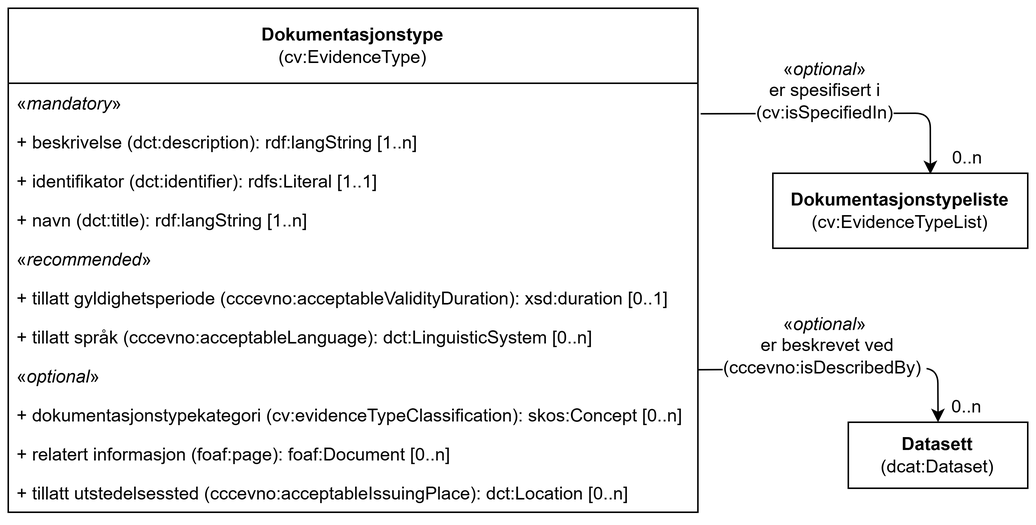
Earlier version of the draw.io export docs/images/KlassenDokumentasjonstype.png (Informasjonsforvaltning/cccev-ap-no). Source tidied: cells renumbered, new cells last; positions are measured from the earlier drawing's top-left corner, leaving out a move shared by most shapes.
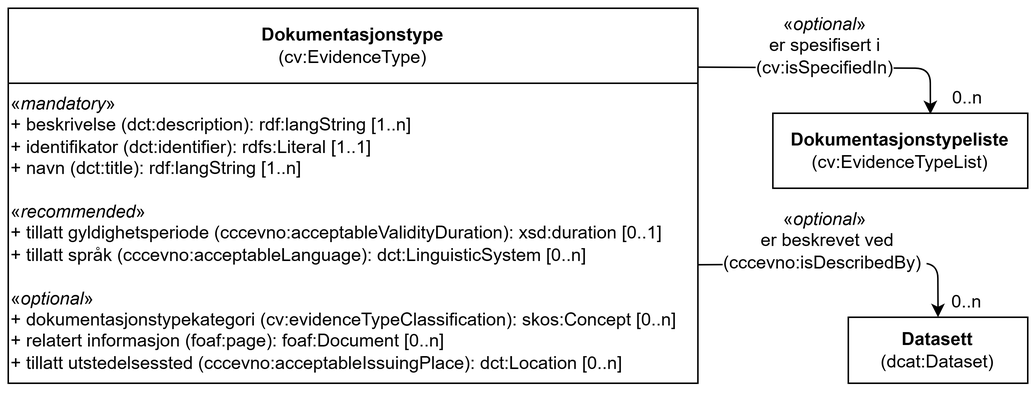
After the change.

What changed in the source:
```diff
@@ -3,73 +3,43 @@
     <mxCell id="0" />
     <mxCell id="1" parent="0" />
     <mxCell id="2" value="&lt;b&gt;Dokumentasjonstypeliste&lt;/b&gt;&lt;br&gt;(cv:EvidenceTypeList)" style="rounded=0;whiteSpace=wrap;html=1;fillColor=none;strokeColor=#000000;verticalAlign=middle;" parent="1" vertex="1">
-      <mxGeometry x="510" y="110" width="170" height="50" as="geometry" />
+      <mxGeometry x="510" y="70" width="170" height="50" as="geometry" />
     </mxCell>
-    <mxCell id="3" style="endArrow=classic;html=1;rounded=1;exitX=1.004;exitY=0.782;exitDx=0;exitDy=0;entryX=0.618;entryY=0.013;entryDx=0;entryDy=0;entryPerimeter=0;exitPerimeter=0;" parent="1" edge="1" source="7" target="2">
+    <mxCell id="3" style="endArrow=classic;html=1;rounded=1;exitX=0.999;exitY=0.157;exitDx=0;exitDy=0;entryX=0.618;entryY=0.013;entryDx=0;entryDy=0;entryPerimeter=0;exitPerimeter=0;" parent="1" edge="1" source="6" target="2">
       <mxGeometry relative="1" as="geometry">
         <Array as="points">
-          <mxPoint x="615" y="70" />
+          <mxPoint x="615" y="40" />
         </Array>
       </mxGeometry>
     </mxCell>
     <mxCell id="4" value="&lt;span style=&quot;background-color: rgb(255, 255, 255);&quot;&gt;«&lt;i style=&quot;&quot;&gt;optional&lt;/i&gt;»&lt;br&gt;&lt;span style=&quot;text-align: left;&quot;&gt;er spesifisert i (cv:isSpecifiedIn)&lt;/span&gt;&lt;/span&gt;" style="text;html=1;strokeColor=none;fillColor=none;align=center;verticalAlign=middle;whiteSpace=wrap;rounded=0;" parent="1" vertex="1">
-      <mxGeometry x="490" y="30" width="110" height="50" as="geometry" />
+      <mxGeometry x="490" width="110" height="50" as="geometry" />
     </mxCell>
     <mxCell id="5" value="0..n" style="text;html=1;strokeColor=none;fillColor=none;align=center;verticalAlign=middle;whiteSpace=wrap;rounded=0;labelBackgroundColor=#FFFFFF;" parent="1" vertex="1">
-      <mxGeometry x="620" y="90" width="40" height="20" as="geometry" />
+      <mxGeometry x="620" y="50" width="40" height="20" as="geometry" />
     </mxCell>
     <mxCell id="6" value="&lt;b style=&quot;border-color: var(--border-color);&quot;&gt;Dokumentasjonstype&lt;/b&gt;&lt;br style=&quot;border-color: var(--border-color);&quot;&gt;(cv:EvidenceType)" style="swimlane;fontStyle=0;horizontal=1;startSize=50;fillColor=none;whiteSpace=wrap;html=1;" parent="1" vertex="1">
-      <mxGeometry width="460" height="336" as="geometry" />
+      <mxGeometry width="460" height="250" as="geometry" />
     </mxCell>
-    <mxCell id="7" value="«&lt;i&gt;mandatory&lt;/i&gt;»" style="text;strokeColor=none;fillColor=none;align=left;verticalAlign=top;spacingLeft=4;spacingRight=4;overflow=hidden;points=[[0,0.5],[1,0.5]];portConstraint=eastwest;whiteSpace=wrap;html=1;" parent="6" vertex="1">
-      <mxGeometry y="50" width="460" height="26" as="geometry" />
-    </mxCell>
-    <mxCell id="8" value="+&amp;nbsp;beskrivelse (dct:description): rdf:langString [1..n]" style="text;strokeColor=none;fillColor=none;align=left;verticalAlign=top;spacingLeft=4;spacingRight=4;overflow=hidden;whiteSpace=wrap;html=1;" parent="6" vertex="1">
-      <mxGeometry y="76" width="460" height="26" as="geometry" />
-    </mxCell>
-    <mxCell id="9" value="+&amp;nbsp;identifikator (dct:identifier): rdfs:Literal [1..1]" style="text;strokeColor=none;fillColor=none;align=left;verticalAlign=top;spacingLeft=4;spacingRight=4;overflow=hidden;whiteSpace=wrap;html=1;" parent="6" vertex="1">
-      <mxGeometry y="102" width="460" height="26" as="geometry" />
-    </mxCell>
-    <mxCell id="10" value="+&amp;nbsp;navn (dct:title): rdf:langString [1..n]" style="text;strokeColor=none;fillColor=none;align=left;verticalAlign=top;spacingLeft=4;spacingRight=4;overflow=hidden;whiteSpace=wrap;html=1;" parent="6" vertex="1">
-      <mxGeometry y="128" width="460" height="26" as="geometry" />
-    </mxCell>
-    <mxCell id="11" value="«&lt;i style=&quot;&quot;&gt;recommended&lt;/i&gt;»" style="text;strokeColor=none;fillColor=none;align=left;verticalAlign=top;spacingLeft=4;spacingRight=4;overflow=hidden;whiteSpace=wrap;html=1;" parent="6" vertex="1">
-      <mxGeometry y="154" width="460" height="26" as="geometry" />
-    </mxCell>
-    <mxCell id="12" value="+ tillatt gyldighetsperiode (cccevno:acceptableValidityDuration): xsd:duration [0..1]&lt;span style=&quot;border-color: var(--border-color); background-color: rgb(255, 255, 0);&quot;&gt;&lt;br style=&quot;border-color: var(--border-color); padding: 0px; margin: 0px;&quot;&gt;&lt;/span&gt;" style="text;strokeColor=none;fillColor=none;align=left;verticalAlign=top;spacingLeft=4;spacingRight=4;overflow=hidden;whiteSpace=wrap;html=1;" parent="6" vertex="1">
-      <mxGeometry y="180" width="460" height="26" as="geometry" />
-    </mxCell>
-    <mxCell id="13" value="+ tillatt språk (cccevno:acceptableLanguage): dct:LinguisticSystem [0..n]" style="text;strokeColor=none;fillColor=none;align=left;verticalAlign=top;spacingLeft=4;spacingRight=4;overflow=hidden;whiteSpace=wrap;html=1;" parent="6" vertex="1">
-      <mxGeometry y="206" width="460" height="26" as="geometry" />
-    </mxCell>
-    <mxCell id="14" value="«&lt;i&gt;optional&lt;/i&gt;»" style="text;strokeColor=none;fillColor=none;align=left;verticalAlign=top;spacingLeft=4;spacingRight=4;overflow=hidden;whiteSpace=wrap;html=1;" parent="6" vertex="1">
-      <mxGeometry y="232" width="460" height="26" as="geometry" />
-    </mxCell>
-    <mxCell id="15" value="+&amp;nbsp;dokumentasjonstypekategori (cv:evidenceTypeClassification): skos:Concept [0..n]&lt;span style=&quot;border-color: var(--border-color); background-color: rgb(255, 255, 0);&quot;&gt;&lt;br style=&quot;border-color: var(--border-color); padding: 0px; margin: 0px;&quot;&gt;&lt;/span&gt;" style="text;strokeColor=none;fillColor=none;align=left;verticalAlign=top;spacingLeft=4;spacingRight=4;overflow=hidden;whiteSpace=wrap;html=1;" parent="6" vertex="1">
-      <mxGeometry y="258" width="460" height="26" as="geometry" />
-    </mxCell>
-    <mxCell id="16" value="+&amp;nbsp;relatert informasjon (foaf:page): foaf:Document [0..n]" style="text;strokeColor=none;fillColor=none;align=left;verticalAlign=top;spacingLeft=4;spacingRight=4;overflow=hidden;whiteSpace=wrap;html=1;" parent="6" vertex="1">
-      <mxGeometry y="284" width="460" height="26" as="geometry" />
-    </mxCell>
-    <mxCell id="17" value="+ tillatt utstedelsessted (cccevno:acceptableIssuingPlace): dct:Location [0..n]&lt;span style=&quot;border-color: var(--border-color); background-color: rgb(255, 255, 0);&quot;&gt;&lt;br style=&quot;border-color: var(--border-color); padding: 0px; margin: 0px;&quot;&gt;&lt;/span&gt;" style="text;strokeColor=none;fillColor=none;align=left;verticalAlign=top;spacingLeft=4;spacingRight=4;overflow=hidden;whiteSpace=wrap;html=1;" parent="6" vertex="1">
-      <mxGeometry y="310" width="460" height="26" as="geometry" />
-    </mxCell>
+    <mxCell id="22" value="«&lt;i&gt;mandatory&lt;/i&gt;»&lt;div&gt;+ beskrivelse (dct:description): rdf:langString [1..n]&lt;/div&gt;&lt;div&gt;+ identifikator (dct:identifier): rdfs:Literal [1..1]&lt;/div&gt;&lt;div&gt;+ navn (dct:title): rdf:langString [1..n]&lt;/div&gt;&lt;div&gt;&lt;br&gt;&lt;/div&gt;&lt;div&gt;«&lt;i&gt;recommended&lt;/i&gt;»&lt;/div&gt;&lt;div&gt;+ tillatt gyldighetsperiode (cccevno:acceptableValidityDuration): xsd:duration [0..1]&lt;/div&gt;&lt;div&gt;+ tillatt språk (cccevno:acceptableLanguage): dct:LinguisticSystem [0..n]&lt;/div&gt;&lt;div&gt;&lt;br&gt;&lt;/div&gt;&lt;div&gt;«&lt;i&gt;optional&lt;/i&gt;»&lt;/div&gt;&lt;div&gt;+ dokumentasjonstypekategori (cv:evidenceTypeClassification): skos:Concept [0..n]&lt;/div&gt;&lt;div&gt;+ relatert informasjon (foaf:page): foaf:Document [0..n]&lt;/div&gt;&lt;div&gt;+ tillatt utstedelsessted (cccevno:acceptableIssuingPlace): dct:Location [0..n]&lt;/div&gt;&lt;div&gt;&lt;br&gt;&lt;/div&gt;" style="text;html=1;whiteSpace=wrap;strokeColor=none;fillColor=none;align=left;verticalAlign=top;rounded=0;" parent="6" vertex="1">
+      <mxGeometry y="50" width="460" height="200" as="geometry" />
+    </mxCell>
     <mxCell id="18" value="&lt;b&gt;Datasett&lt;/b&gt;&lt;br&gt;(dcat:Dataset)" style="rounded=0;whiteSpace=wrap;html=1;fillColor=none;strokeColor=#000000;" parent="1" vertex="1">
-      <mxGeometry x="560.3" y="276" width="119.7" height="44" as="geometry" />
+      <mxGeometry x="560.3" y="206" width="119.7" height="44" as="geometry" />
     </mxCell>
     <mxCell id="19" style="endArrow=classic;html=1;rounded=1;entryX=0.5;entryY=0;entryDx=0;entryDy=0;endFill=1;exitX=1;exitY=0.5;exitDx=0;exitDy=0;" parent="1" edge="1" target="18">
       <mxGeometry relative="1" as="geometry">
-        <mxPoint x="460" y="241" as="sourcePoint" />
+        <mxPoint x="460" y="171" as="sourcePoint" />
         <Array as="points">
-          <mxPoint x="620" y="240" />
+          <mxPoint x="620" y="170" />
         </Array>
       </mxGeometry>
     </mxCell>
     <mxCell id="20" value="&lt;span style=&quot;background-color: rgb(255, 255, 255);&quot;&gt;«&lt;i style=&quot;&quot;&gt;optional&lt;/i&gt;»&lt;br&gt;&lt;span style=&quot;text-align: left;&quot;&gt;&amp;nbsp;er beskrevet ved (cccevno:isDescribedBy)&amp;nbsp;&lt;/span&gt;&lt;/span&gt;" style="text;html=1;strokeColor=none;fillColor=none;align=center;verticalAlign=middle;whiteSpace=wrap;rounded=0;" parent="1" vertex="1">
-      <mxGeometry x="509.9" y="210" width="70.2" height="30" as="geometry" />
+      <mxGeometry x="509.9" y="140" width="70.2" height="30" as="geometry" />
     </mxCell>
     <mxCell id="21" value="0..n" style="text;html=1;strokeColor=none;fillColor=none;align=center;verticalAlign=middle;whiteSpace=wrap;rounded=0;" parent="1" vertex="1">
-      <mxGeometry x="626.3" y="256" width="27.4" height="20" as="geometry" />
+      <mxGeometry x="626.3" y="186" width="27.4" height="20" as="geometry" />
     </mxCell>
   </root>
 </mxGraphModel>
```
